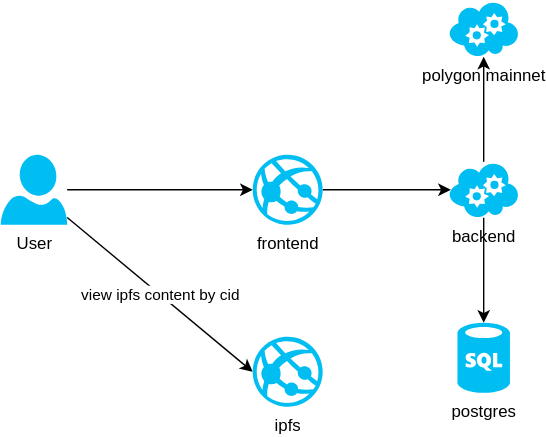
Before: system_design.svg, a diagram exported from draw.io (jimmy-shaojun/fullstack-challenge). Source tidied: cells renumbered, new cells last; positions are measured from the earlier drawing's top-left corner, leaving out a move shared by most shapes.
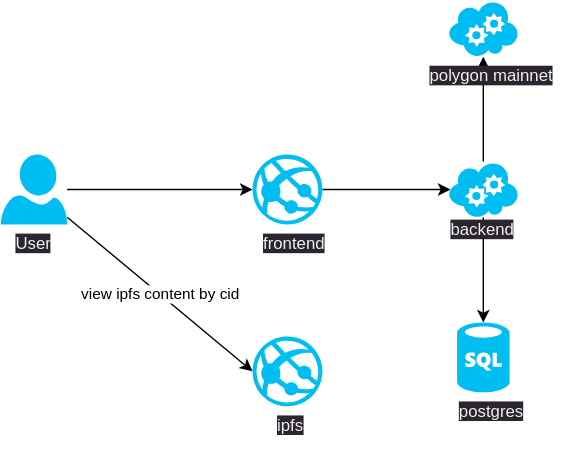
The same file after the commit.

Change to the diagram source:
```diff
@@ -8,13 +8,13 @@
     <mxCell id="3" value="view ipfs content by cid" style="edgeStyle=none;html=1;entryX=0;entryY=0.5;entryDx=0;entryDy=0;entryPerimeter=0;" parent="1" edge="1" source="4" target="10">
       <mxGeometry relative="1" as="geometry" />
     </mxCell>
-    <mxCell id="4" value="User" style="verticalLabelPosition=bottom;html=1;verticalAlign=top;align=center;strokeColor=none;fillColor=#00BEF2;shape=mxgraph.azure.user;" parent="1" vertex="1">
+    <mxCell id="4" style="verticalLabelPosition=bottom;html=1;verticalAlign=top;align=center;strokeColor=none;fillColor=#00BEF2;shape=mxgraph.azure.user;" parent="1" vertex="1">
       <mxGeometry y="110" width="47.5" height="50" as="geometry" />
     </mxCell>
     <mxCell id="5" style="edgeStyle=none;html=1;entryX=0.03;entryY=0.5;entryDx=0;entryDy=0;entryPerimeter=0;" parent="1" edge="1" source="6" target="9">
       <mxGeometry relative="1" as="geometry" />
     </mxCell>
-    <mxCell id="6" value="frontend" style="verticalLabelPosition=bottom;html=1;verticalAlign=top;align=center;strokeColor=none;fillColor=#00BEF2;shape=mxgraph.azure.azure_website;" parent="1" vertex="1">
+    <mxCell id="6" style="verticalLabelPosition=bottom;html=1;verticalAlign=top;align=center;strokeColor=none;fillColor=#00BEF2;shape=mxgraph.azure.azure_website;" parent="1" vertex="1">
       <mxGeometry x="180" y="110" width="50" height="50" as="geometry" />
     </mxCell>
     <mxCell id="7" style="edgeStyle=none;html=1;entryX=0.5;entryY=0;entryDx=0;entryDy=0;entryPerimeter=0;" parent="1" edge="1" source="9" target="11">
@@ -23,17 +23,35 @@
     <mxCell id="8" style="edgeStyle=none;html=1;" parent="1" edge="1" source="9" target="12">
       <mxGeometry relative="1" as="geometry" />
     </mxCell>
-    <mxCell id="9" value="backend" style="verticalLabelPosition=bottom;html=1;verticalAlign=top;align=center;strokeColor=none;fillColor=#00BEF2;shape=mxgraph.azure.cloud_service;" parent="1" vertex="1">
+    <mxCell id="9" style="verticalLabelPosition=bottom;html=1;verticalAlign=top;align=center;strokeColor=none;fillColor=#00BEF2;shape=mxgraph.azure.cloud_service;" parent="1" vertex="1">
       <mxGeometry x="320" y="115" width="50" height="40" as="geometry" />
     </mxCell>
-    <mxCell id="10" value="ipfs" style="verticalLabelPosition=bottom;html=1;verticalAlign=top;align=center;strokeColor=none;fillColor=#00BEF2;shape=mxgraph.azure.azure_website;" parent="1" vertex="1">
+    <mxCell id="10" style="verticalLabelPosition=bottom;html=1;verticalAlign=top;align=center;strokeColor=none;fillColor=#00BEF2;shape=mxgraph.azure.azure_website;" parent="1" vertex="1">
       <mxGeometry x="180" y="240" width="50" height="50" as="geometry" />
     </mxCell>
-    <mxCell id="11" value="postgres" style="verticalLabelPosition=bottom;html=1;verticalAlign=top;align=center;strokeColor=none;fillColor=#00BEF2;shape=mxgraph.azure.sql_database;" parent="1" vertex="1">
+    <mxCell id="11" style="verticalLabelPosition=bottom;html=1;verticalAlign=top;align=center;strokeColor=none;fillColor=#00BEF2;shape=mxgraph.azure.sql_database;" parent="1" vertex="1">
       <mxGeometry x="326.2" y="230" width="37.5" height="50" as="geometry" />
     </mxCell>
-    <mxCell id="12" value="polygon mainnet" style="verticalLabelPosition=bottom;html=1;verticalAlign=top;align=center;strokeColor=none;fillColor=#00BEF2;shape=mxgraph.azure.cloud_service;" parent="1" vertex="1">
+    <mxCell id="12" style="verticalLabelPosition=bottom;html=1;verticalAlign=top;align=center;strokeColor=none;fillColor=#00BEF2;shape=mxgraph.azure.cloud_service;" parent="1" vertex="1">
       <mxGeometry x="320" width="50" height="40" as="geometry" />
     </mxCell>
+    <mxCell id="13" value="&lt;meta charset=&quot;utf-8&quot;&gt;&lt;span style=&quot;color: rgb(240, 240, 240); font-family: Helvetica; font-size: 12px; font-style: normal; font-variant-ligatures: normal; font-variant-caps: normal; font-weight: 400; letter-spacing: normal; orphans: 2; text-align: center; text-indent: 0px; text-transform: none; widows: 2; word-spacing: 0px; -webkit-text-stroke-width: 0px; background-color: rgb(42, 37, 47); text-decoration-thickness: initial; text-decoration-style: initial; text-decoration-color: initial; float: none; display: inline !important;&quot;&gt;frontend&lt;/span&gt;" style="text;whiteSpace=wrap;html=1;" parent="1" vertex="1">
+      <mxGeometry x="186" y="160" width="50" height="20" as="geometry" />
+    </mxCell>
+    <mxCell id="14" value="&lt;span style=&quot;color: rgb(240, 240, 240); font-family: Helvetica; font-size: 12px; font-style: normal; font-variant-ligatures: normal; font-variant-caps: normal; font-weight: 400; letter-spacing: normal; orphans: 2; text-align: center; text-indent: 0px; text-transform: none; widows: 2; word-spacing: 0px; -webkit-text-stroke-width: 0px; background-color: rgb(42, 37, 47); text-decoration-thickness: initial; text-decoration-style: initial; text-decoration-color: initial; float: none; display: inline !important;&quot;&gt;backend&lt;/span&gt;" style="text;whiteSpace=wrap;html=1;" parent="1" vertex="1">
+      <mxGeometry x="320" y="150" width="50" height="20" as="geometry" />
+    </mxCell>
+    <mxCell id="15" value="&lt;meta charset=&quot;utf-8&quot;&gt;&lt;span style=&quot;color: rgb(240, 240, 240); font-family: Helvetica; font-size: 12px; font-style: normal; font-variant-ligatures: normal; font-variant-caps: normal; font-weight: 400; letter-spacing: normal; orphans: 2; text-align: center; text-indent: 0px; text-transform: none; widows: 2; word-spacing: 0px; -webkit-text-stroke-width: 0px; background-color: rgb(42, 37, 47); text-decoration-thickness: initial; text-decoration-style: initial; text-decoration-color: initial; float: none; display: inline !important;&quot;&gt;polygon mainnet&lt;/span&gt;" style="text;whiteSpace=wrap;html=1;" parent="1" vertex="1">
+      <mxGeometry x="305" y="40" width="95" height="30" as="geometry" />
+    </mxCell>
+    <mxCell id="16" value="&lt;meta charset=&quot;utf-8&quot;&gt;&lt;span style=&quot;color: rgb(240, 240, 240); font-family: Helvetica; font-size: 12px; font-style: normal; font-variant-ligatures: normal; font-variant-caps: normal; font-weight: 400; letter-spacing: normal; orphans: 2; text-align: center; text-indent: 0px; text-transform: none; widows: 2; word-spacing: 0px; -webkit-text-stroke-width: 0px; background-color: rgb(42, 37, 47); text-decoration-thickness: initial; text-decoration-style: initial; text-decoration-color: initial; float: none; display: inline !important;&quot;&gt;postgres&lt;/span&gt;" style="text;whiteSpace=wrap;html=1;" parent="1" vertex="1">
+      <mxGeometry x="326.2" y="280" width="50" height="30" as="geometry" />
+    </mxCell>
+    <mxCell id="17" value="&lt;meta charset=&quot;utf-8&quot;&gt;&lt;span style=&quot;color: rgb(240, 240, 240); font-family: Helvetica; font-size: 12px; font-style: normal; font-variant-ligatures: normal; font-variant-caps: normal; font-weight: 400; letter-spacing: normal; orphans: 2; text-align: center; text-indent: 0px; text-transform: none; widows: 2; word-spacing: 0px; -webkit-text-stroke-width: 0px; background-color: rgb(42, 37, 47); text-decoration-thickness: initial; text-decoration-style: initial; text-decoration-color: initial; float: none; display: inline !important;&quot;&gt;ipfs&lt;/span&gt;" style="text;whiteSpace=wrap;html=1;" parent="1" vertex="1">
+      <mxGeometry x="196" y="290" width="24" height="30" as="geometry" />
+    </mxCell>
+    <mxCell id="18" value="&lt;meta charset=&quot;utf-8&quot;&gt;&lt;span style=&quot;color: rgb(240, 240, 240); font-family: Helvetica; font-size: 12px; font-style: normal; font-variant-ligatures: normal; font-variant-caps: normal; font-weight: 400; letter-spacing: normal; orphans: 2; text-align: center; text-indent: 0px; text-transform: none; widows: 2; word-spacing: 0px; -webkit-text-stroke-width: 0px; background-color: rgb(42, 37, 47); text-decoration-thickness: initial; text-decoration-style: initial; text-decoration-color: initial; float: none; display: inline !important;&quot;&gt;User&lt;/span&gt;" style="text;whiteSpace=wrap;html=1;" parent="1" vertex="1">
+      <mxGeometry x="8.8" y="160" width="30" height="30" as="geometry" />
+    </mxCell>
   </root>
 </mxGraphModel>
```
